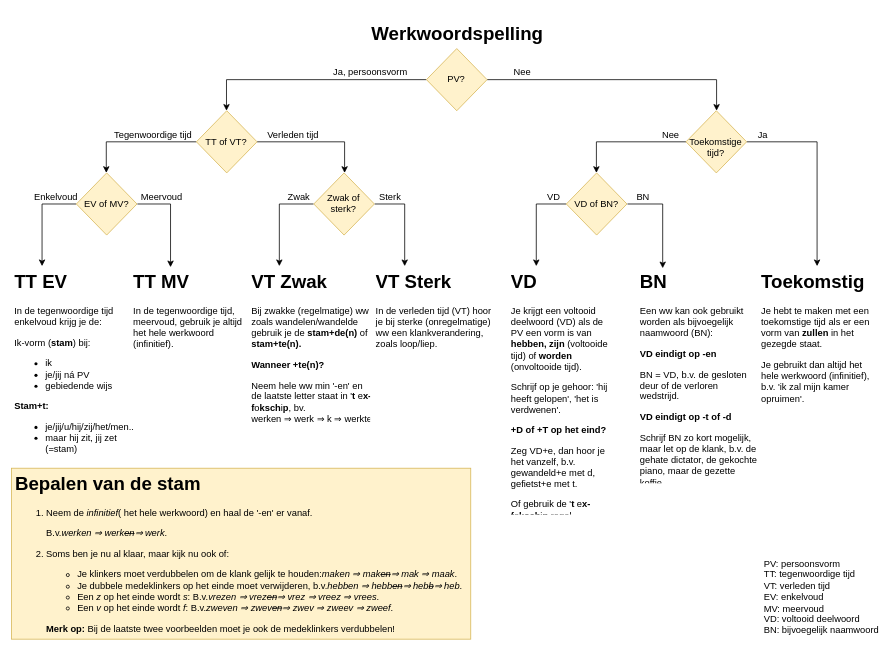
Above: src/assets/werkwoordspelling/Werkwoordspelling.svg in erikvullings/taalgenie (draw.io), before the change. Source tidied: cells renumbered, new cells last; positions are measured from the earlier drawing's top-left corner, leaving out a move shared by most shapes.
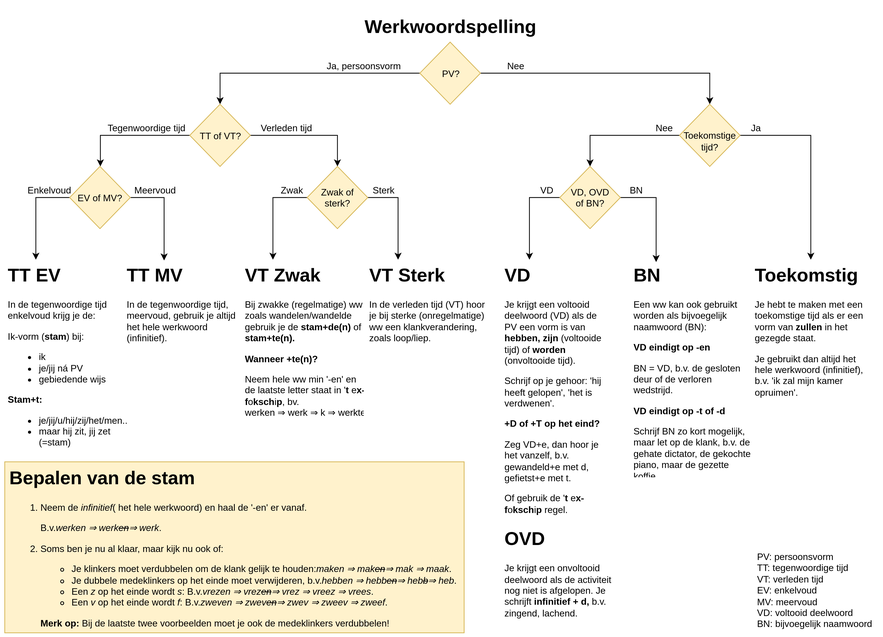
The same file after the commit.

Change to the diagram source:
```diff
@@ -26,7 +26,7 @@
     <mxCell id="9" style="edgeStyle=orthogonalEdgeStyle;rounded=0;html=1;entryX=0.208;entryY=0.009;jettySize=auto;entryPerimeter=0;exitX=1;exitY=0.5;" parent="1" edge="1" source="10" target="25">
       <mxGeometry relative="1" as="geometry" />
     </mxCell>
-    <mxCell id="10" value="VD of BN?" style="rhombus;whiteSpace=wrap;html=1;fillColor=#fff2cc;strokeColor=#d6b656;" parent="1" vertex="1">
+    <mxCell id="10" value="VD, OVD&lt;br&gt;of BN?" style="rhombus;whiteSpace=wrap;html=1;fillColor=#fff2cc;strokeColor=#d6b656;" parent="1" vertex="1">
       <mxGeometry x="715" y="190" width="78" height="80" as="geometry" />
     </mxCell>
     <mxCell id="11" value="&lt;h1&gt;TT EV&lt;/h1&gt;&lt;p&gt;In de tegenwoordige tijd enkelvoud krijg je de:&lt;/p&gt;&lt;p&gt;Ik-vorm (&lt;b&gt;stam&lt;/b&gt;) bij:&lt;/p&gt;&lt;ul&gt;&lt;li&gt;ik&lt;/li&gt;&lt;li&gt;je/jij ná PV&lt;/li&gt;&lt;li&gt;gebiedende wijs&lt;/li&gt;&lt;/ul&gt;&lt;p&gt;&lt;b&gt;Stam+t:&lt;/b&gt;&lt;/p&gt;&lt;ul&gt;&lt;li&gt;je/jij/u/hij/zij/het/men...&lt;/li&gt;&lt;li&gt;maar hij zit, jij zet (=stam)&lt;/li&gt;&lt;/ul&gt;" style="text;html=1;strokeColor=none;fillColor=none;spacing=5;spacingTop=-20;whiteSpace=wrap;overflow=hidden;rounded=0;" parent="1" vertex="1">
@@ -50,8 +50,8 @@
     <mxCell id="17" value="Zwak of sterk?" style="rhombus;whiteSpace=wrap;html=1;fillColor=#fff2cc;strokeColor=#d6b656;" parent="1" vertex="1">
       <mxGeometry x="390" y="190" width="78" height="80" as="geometry" />
     </mxCell>
-    <mxCell id="18" value="&lt;h1&gt;VD&lt;/h1&gt;&lt;p&gt;Je krijgt een voltooid deelwoord (VD) als de PV een vorm is van &lt;b&gt;hebben, zijn&lt;/b&gt; (voltooide tijd) of &lt;b&gt;worden&lt;/b&gt; (onvoltooide tijd).&lt;/p&gt;&lt;p&gt;Schrijf op je gehoor: 'hij heeft gelopen', 'het is verdwenen'.&lt;/p&gt;&lt;p&gt;&lt;b&gt;+D of +T op het eind?&lt;/b&gt;&lt;/p&gt;&lt;p&gt;Zeg VD+e, dan hoor je het vanzelf, b.v. gewandeld+e met d, gefietst+e met t.&amp;nbsp;&lt;/p&gt;&lt;p&gt;Of gebruik de '&lt;b&gt;t&amp;nbsp;&lt;/b&gt;e&lt;b&gt;x-f&lt;/b&gt;o&lt;b&gt;ksch&lt;/b&gt;i&lt;b&gt;p&lt;/b&gt;&amp;nbsp;regel.&lt;br&gt;&lt;/p&gt;" style="text;html=1;strokeColor=none;fillColor=none;spacing=5;spacingTop=-20;whiteSpace=wrap;overflow=hidden;rounded=0;" parent="1" vertex="1">
-      <mxGeometry x="639" y="310" width="148" height="320" as="geometry" />
+    <mxCell id="18" value="&lt;h1&gt;VD&lt;/h1&gt;&lt;p&gt;Je krijgt een voltooid deelwoord (VD) als de PV een vorm is van &lt;b&gt;hebben, zijn&lt;/b&gt; (voltooide tijd) of &lt;b&gt;worden&lt;/b&gt; (onvoltooide tijd).&lt;/p&gt;&lt;p&gt;Schrijf op je gehoor: 'hij heeft gelopen', 'het is verdwenen'.&lt;/p&gt;&lt;p&gt;&lt;b&gt;+D of +T op het eind?&lt;/b&gt;&lt;/p&gt;&lt;p&gt;Zeg VD+e, dan hoor je het vanzelf, b.v. gewandeld+e met d, gefietst+e met t.&amp;nbsp;&lt;/p&gt;&lt;p&gt;Of gebruik de '&lt;b&gt;t&amp;nbsp;&lt;/b&gt;e&lt;b&gt;x-f&lt;/b&gt;o&lt;b&gt;ksch&lt;/b&gt;i&lt;b&gt;p&lt;/b&gt;&amp;nbsp;regel.&lt;/p&gt;&lt;h1&gt;OVD&lt;/h1&gt;&lt;div&gt;Je krijgt een onvoltooid deelwoord als de activiteit nog niet is afgelopen. Je schrijft &lt;b&gt;infinitief + d, &lt;/b&gt;b.v. zingend, lachend.&lt;/div&gt;&lt;p&gt;&lt;br&gt;&lt;/p&gt;" style="text;html=1;strokeColor=none;fillColor=none;spacing=5;spacingTop=-20;whiteSpace=wrap;overflow=hidden;rounded=0;" parent="1" vertex="1">
+      <mxGeometry x="639" y="310" width="148" height="471" as="geometry" />
     </mxCell>
     <mxCell id="19" value="&lt;h1&gt;VT Zwak&lt;/h1&gt;&lt;p&gt;Bij zwakke (regelmatige) ww zoals wandelen/wandelde gebruik je de &lt;b&gt;stam+de(n)&lt;/b&gt; of &lt;b&gt;stam+te(n).&lt;/b&gt;&lt;/p&gt;&lt;p&gt;&lt;b&gt;Wanneer +te(n)?&lt;/b&gt;&lt;/p&gt;&lt;p&gt;Neem hele ww min '-en' en de laatste letter staat in '&lt;b&gt;t&amp;nbsp;&lt;/b&gt;e&lt;b&gt;x-f&lt;/b&gt;o&lt;b&gt;ksch&lt;/b&gt;i&lt;b&gt;p&lt;/b&gt;, bv. werken&amp;nbsp;⇒&amp;nbsp;werk&amp;nbsp;⇒&amp;nbsp;k&amp;nbsp;⇒&amp;nbsp;werkte&lt;/p&gt;" style="text;html=1;strokeColor=none;fillColor=none;spacing=5;spacingTop=-20;whiteSpace=wrap;overflow=hidden;rounded=0;" parent="1" vertex="1">
       <mxGeometry x="305" y="310" width="163" height="280" as="geometry" />
```
